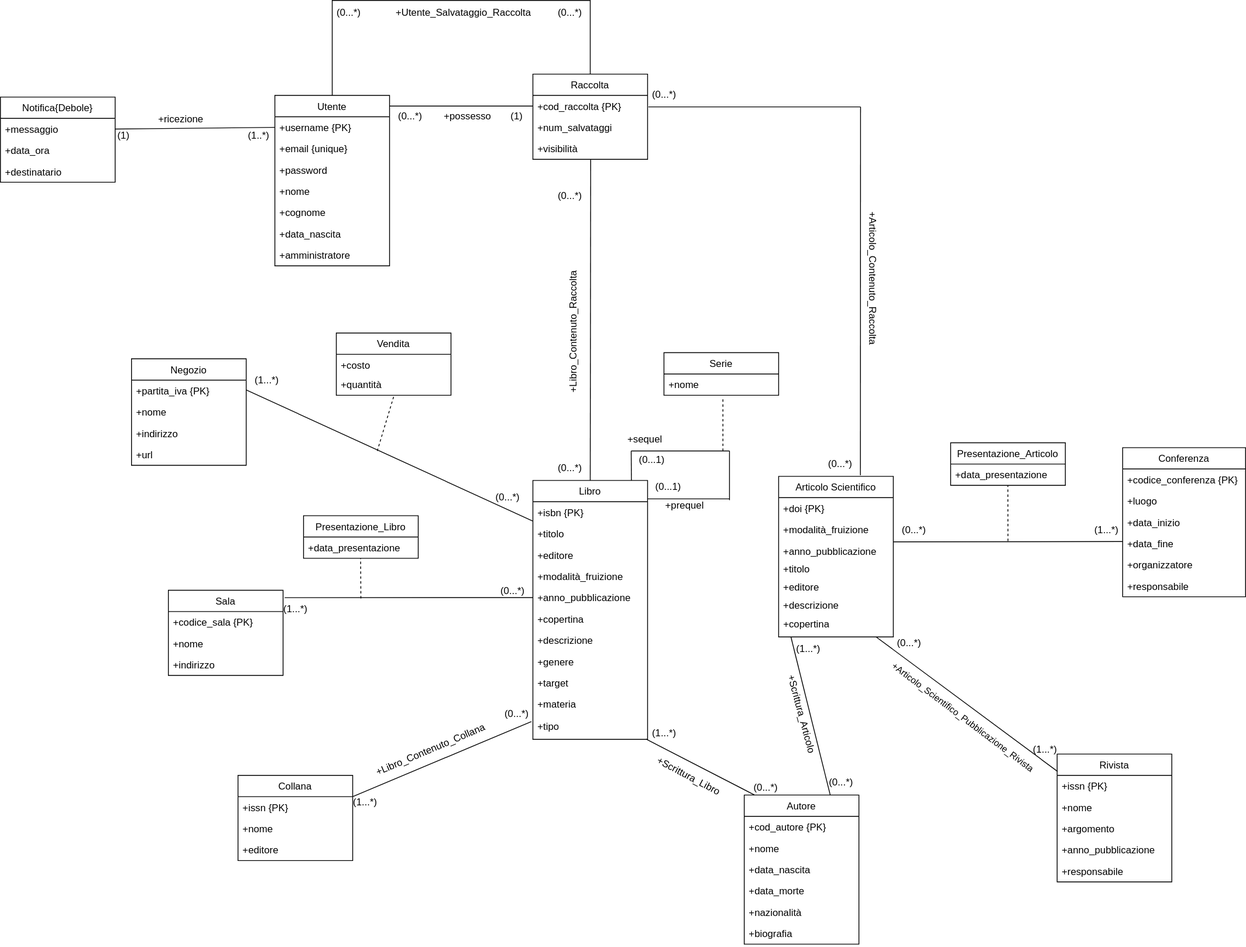
Before: progettazione_concettuale/Modello_Concettuale_Ristrutturato.drawio.svg, a diagram exported from draw.io (m3tt0/Progetto_OB_BASI). Source tidied: cells renumbered, new cells last; positions are measured from the earlier drawing's top-left corner, leaving out a move shared by most shapes.
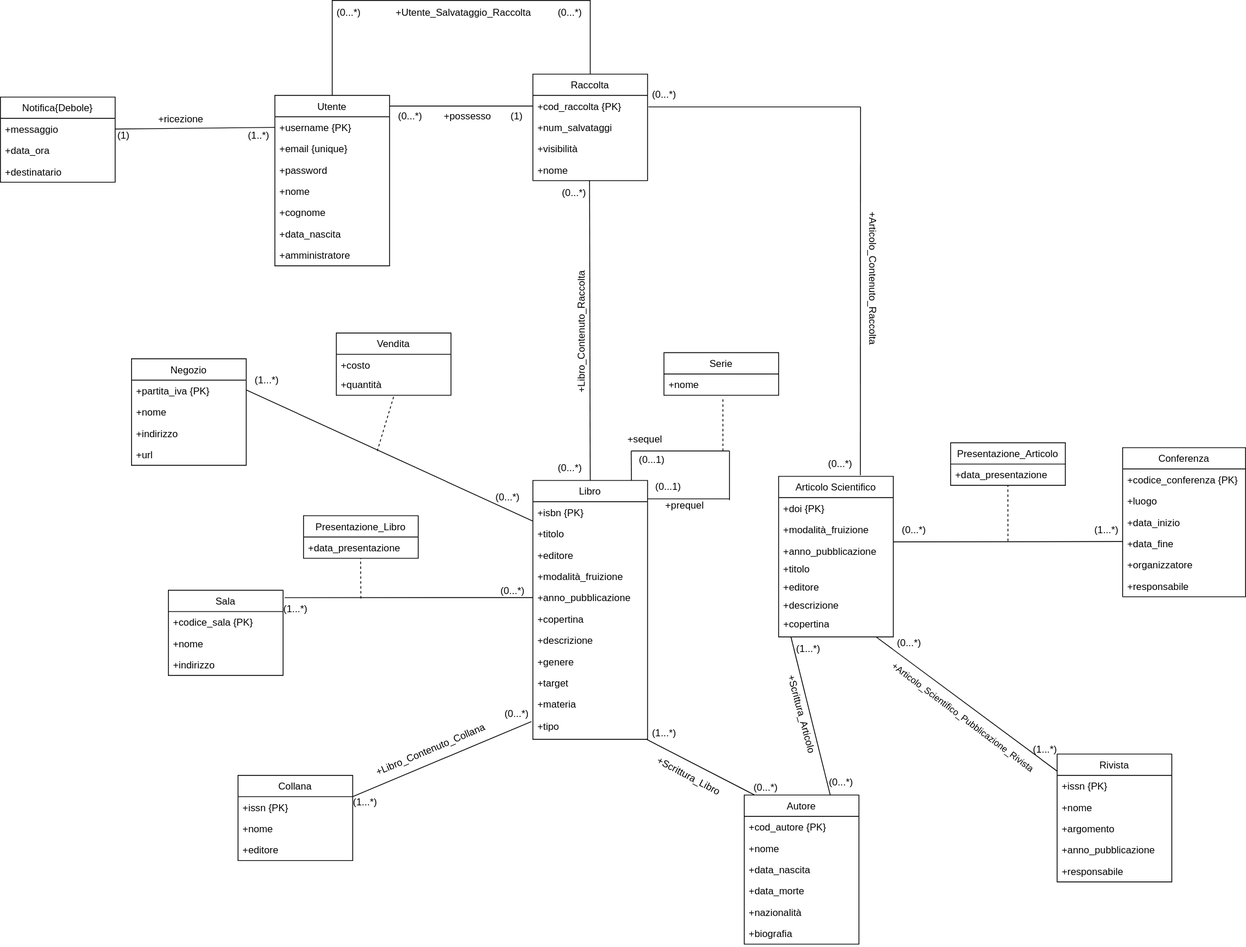
Above is the later version.

The edit, as a diff of the source:
```diff
@@ -333,7 +333,7 @@
       <mxGeometry x="180" y="130" width="80" height="30" as="geometry" />
     </mxCell>
     <mxCell id="107" value="Raccolta" style="swimlane;fontStyle=0;horizontal=1;startSize=26;fillColor=none;" parent="1" vertex="1">
-      <mxGeometry x="650" y="90" width="140" height="104" as="geometry" />
+      <mxGeometry x="650" y="90" width="140" height="130" as="geometry" />
     </mxCell>
     <mxCell id="108" value="+cod_raccolta {PK}" style="text;strokeColor=none;fillColor=none;align=left;verticalAlign=top;spacingLeft=4;spacingRight=4;overflow=hidden;points=[[0,0.5],[1,0.5]];portConstraint=eastwest;fontStyle=0;" parent="107" vertex="1">
       <mxGeometry y="26" width="140" height="26" as="geometry" />
@@ -344,6 +344,9 @@
     <mxCell id="110" value="+visibilità" style="text;strokeColor=none;fillColor=none;align=left;verticalAlign=top;spacingLeft=4;spacingRight=4;overflow=hidden;points=[[0,0.5],[1,0.5]];portConstraint=eastwest;" parent="107" vertex="1">
       <mxGeometry y="78" width="140" height="26" as="geometry" />
     </mxCell>
+    <mxCell id="140" value="+nome" style="text;strokeColor=none;fillColor=none;align=left;verticalAlign=top;spacingLeft=4;spacingRight=4;overflow=hidden;points=[[0,0.5],[1,0.5]];portConstraint=eastwest;" parent="107" vertex="1">
+      <mxGeometry y="104" width="140" height="26" as="geometry" />
+    </mxCell>
     <mxCell id="111" style="endArrow=none;html=1;rounded=0;entryX=0;entryY=0.5;entryDx=0;entryDy=0;exitX=1;exitY=0.5;exitDx=0;exitDy=0;" parent="1" edge="1" target="108">
       <mxGeometry relative="1" as="geometry">
         <mxPoint x="475" y="129" as="sourcePoint" />
@@ -373,11 +376,11 @@
     <mxCell id="117" value="(0...*)" style="text;html=1;align=center;verticalAlign=middle;strokeColor=none;fillColor=none;" parent="1" vertex="1">
       <mxGeometry x="670" width="50" height="30" as="geometry" />
     </mxCell>
-    <mxCell id="118" style="endArrow=none;html=1;rounded=0;entryX=0.504;entryY=0.996;entryDx=0;entryDy=0;entryPerimeter=0;exitX=0.5;exitY=0;exitDx=0;exitDy=0;" parent="1" edge="1" source="2" target="110">
+    <mxCell id="118" style="endArrow=none;html=1;rounded=0;exitX=0.5;exitY=0;exitDx=0;exitDy=0;entryX=0.494;entryY=1.001;entryDx=0;entryDy=0;entryPerimeter=0;" parent="1" edge="1" source="2" target="140">
       <mxGeometry relative="1" as="geometry" />
     </mxCell>
     <mxCell id="119" value="(0...*)" style="text;html=1;align=center;verticalAlign=middle;strokeColor=none;fillColor=none;" parent="1" vertex="1">
-      <mxGeometry x="670" y="224" width="50" height="30" as="geometry" />
+      <mxGeometry x="675" y="220" width="50" height="30" as="geometry" />
     </mxCell>
     <mxCell id="120" style="endArrow=none;html=1;rounded=0;" parent="1" edge="1">
       <mxGeometry relative="1" as="geometry">
@@ -435,7 +438,7 @@
       <mxGeometry x="970" y="324" width="190" height="30" as="geometry" />
     </mxCell>
     <mxCell id="135" value="+Libro_Contenuto_Raccolta" style="text;html=1;align=center;verticalAlign=middle;strokeColor=none;fillColor=none;rotation=-90;" parent="1" vertex="1">
-      <mxGeometry x="610" y="390" width="180" height="30" as="geometry" />
+      <mxGeometry x="620" y="390" width="180" height="30" as="geometry" />
     </mxCell>
     <mxCell id="136" value="+Libro_Contenuto_Collana" style="text;html=1;align=center;verticalAlign=middle;strokeColor=none;fillColor=none;rotation=337;" parent="1" vertex="1">
       <mxGeometry x="440" y="900" width="170" height="30" as="geometry" />
```
